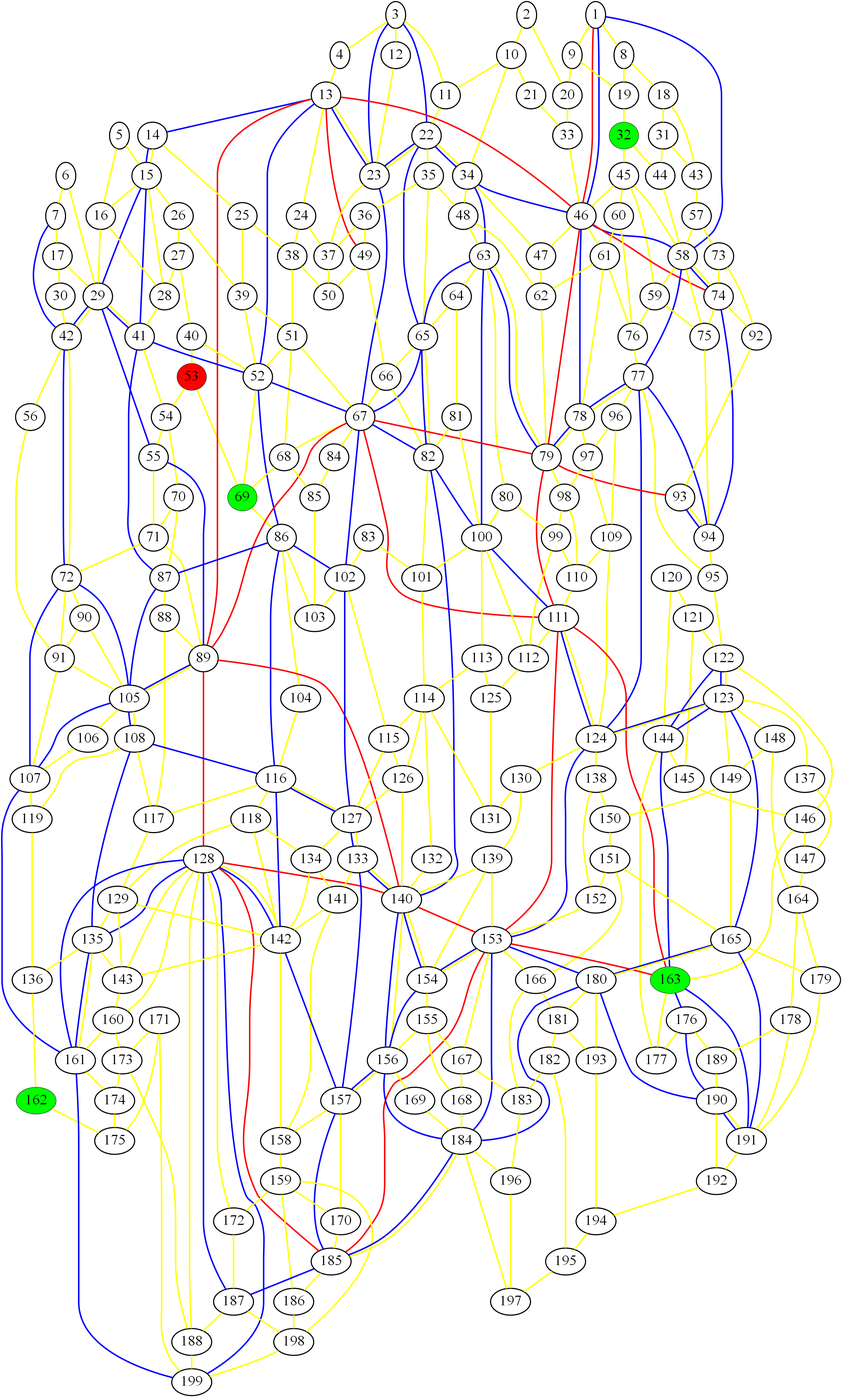
The Graphviz diagram graph_23.png in ed-churchill/complex-systems-project, before a commit. Its source is kept beside it as graph_23.gv.
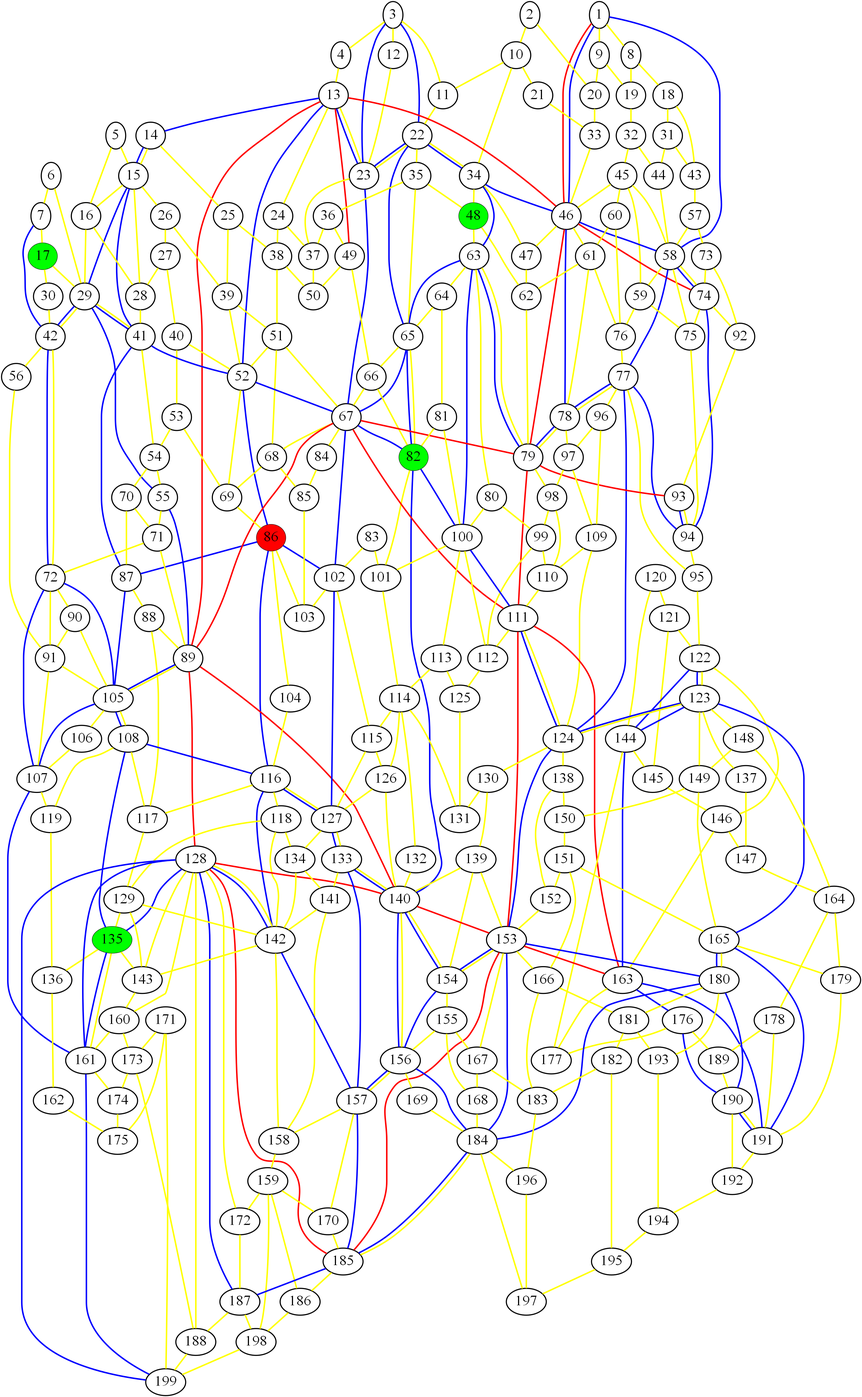
The same file after the commit.

Change to the diagram source:
```diff
@@ -1,9 +1,9 @@
 graph london_graph {
-53 [fillcolor=red, fontsize=40, pendwidth=3, style=filled];
-69 [fillcolor=green, fontsize=40, pendwidth=3, style=filled];
-162 [fillcolor=green, fontsize=40, pendwidth=3, style=filled];
-32 [fillcolor=green, fontsize=40, pendwidth=3, style=filled];
-163 [fillcolor=green, fontsize=40, pendwidth=3, style=filled];
+86 [fillcolor=red, fontsize=40, pendwidth=3, style=filled];
+17 [fillcolor=green, fontsize=40, pendwidth=3, style=filled];
+48 [fillcolor=green, fontsize=40, pendwidth=3, style=filled];
+135 [fillcolor=green, fontsize=40, pendwidth=3, style=filled];
+82 [fillcolor=green, fontsize=40, pendwidth=3, style=filled];
 1 [fontsize=40, penwidth=3];
 2 [fontsize=40, penwidth=3];
 3 [fontsize=40, penwidth=3];
@@ -20,7 +20,6 @@
 14 [fontsize=40, penwidth=3];
 15 [fontsize=40, penwidth=3];
 16 [fontsize=40, penwidth=3];
-17 [fontsize=40, penwidth=3];
 18 [fontsize=40, penwidth=3];
 19 [fontsize=40, penwidth=3];
 20 [fontsize=40, penwidth=3];
@@ -35,6 +34,7 @@
 29 [fontsize=40, penwidth=3];
 30 [fontsize=40, penwidth=3];
 31 [fontsize=40, penwidth=3];
+32 [fontsize=40, penwidth=3];
 33 [fontsize=40, penwidth=3];
 34 [fontsize=40, penwidth=3];
 35 [fontsize=40, penwidth=3];
@@ -50,11 +50,11 @@
 45 [fontsize=40, penwidth=3];
 46 [fontsize=40, penwidth=3];
 47 [fontsize=40, penwidth=3];
-48 [fontsize=40, penwidth=3];
 49 [fontsize=40, penwidth=3];
 50 [fontsize=40, penwidth=3];
 51 [fontsize=40, penwidth=3];
 52 [fontsize=40, penwidth=3];
+53 [fontsize=40, penwidth=3];
 54 [fontsize=40, penwidth=3];
 55 [fontsize=40, penwidth=3];
 56 [fontsize=40, penwidth=3];
@@ -70,6 +70,7 @@
 66 [fontsize=40, penwidth=3];
 67 [fontsize=40, penwidth=3];
 68 [fontsize=40, penwidth=3];
+69 [fontsize=40, penwidth=3];
 70 [fontsize=40, penwidth=3];
 71 [fontsize=40, penwidth=3];
 72 [fontsize=40, penwidth=3];
@@ -82,11 +83,9 @@
 79 [fontsize=40, penwidth=3];
 80 [fontsize=40, penwidth=3];
 81 [fontsize=40, penwidth=3];
-82 [fontsize=40, penwidth=3];
 83 [fontsize=40, penwidth=3];
 84 [fontsize=40, penwidth=3];
 85 [fontsize=40, penwidth=3];
-86 [fontsize=40, penwidth=3];
 87 [fontsize=40, penwidth=3];
 88 [fontsize=40, penwidth=3];
 89 [fontsize=40, penwidth=3];
@@ -135,7 +134,6 @@
 132 [fontsize=40, penwidth=3];
 133 [fontsize=40, penwidth=3];
 134 [fontsize=40, penwidth=3];
-135 [fontsize=40, penwidth=3];
 136 [fontsize=40, penwidth=3];
 137 [fontsize=40, penwidth=3];
 138 [fontsize=40, penwidth=3];
@@ -162,6 +160,8 @@
 159 [fontsize=40, penwidth=3];
 160 [fontsize=40, penwidth=3];
 161 [fontsize=40, penwidth=3];
+162 [fontsize=40, penwidth=3];
+163 [fontsize=40, penwidth=3];
 164 [fontsize=40, penwidth=3];
 165 [fontsize=40, penwidth=3];
 166 [fontsize=40, penwidth=3];
```
